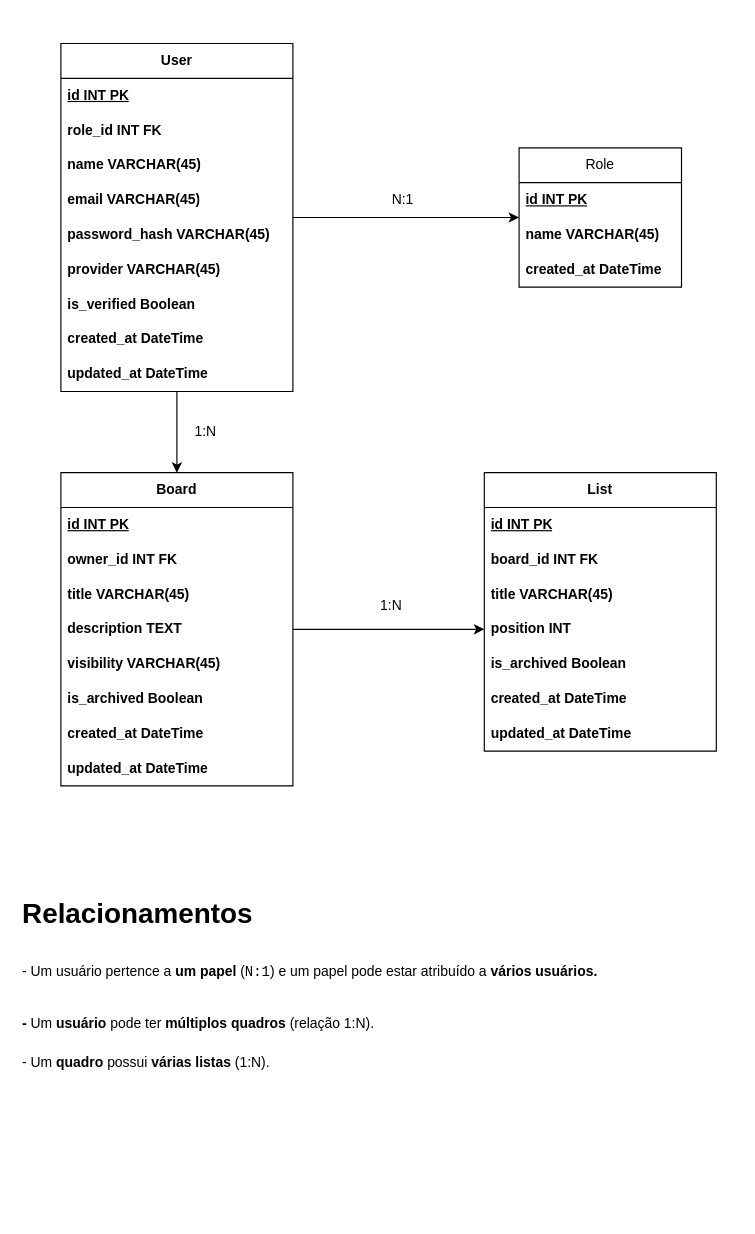
Above: newTrello.drawio in GeorgesCarmo/Projetos_Draw.io (draw.io), before the change. Source tidied: cells renumbered, new cells numbered last; positions are measured from the earlier drawing's top-left corner, leaving out a move shared by most shapes. Both pictures are drawn from the tidied source at 116%, with x=0, y=0 at pixel (20, 43).
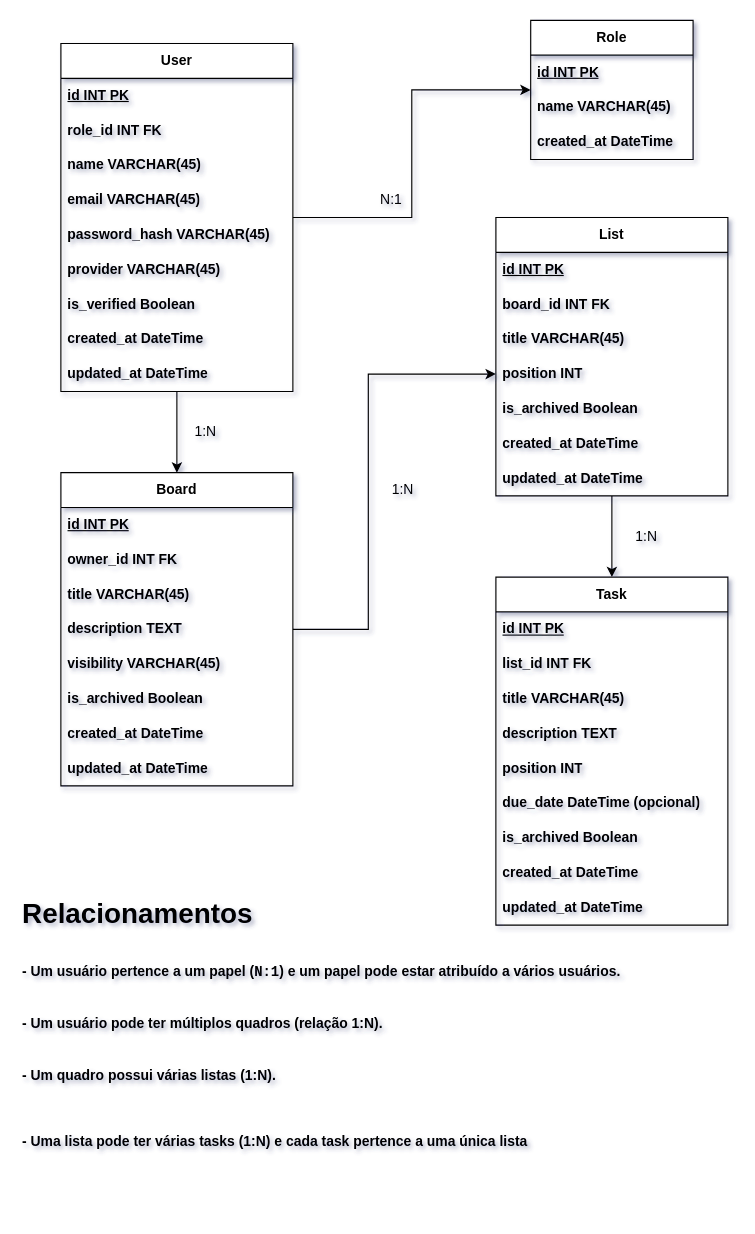
The same diagram, later.

Unchanged cells that the change refers to:
```xml
<mxCell id="19" value="&lt;b&gt;Board&lt;/b&gt;" style="swimlane;fontStyle=0;horizontal=1;startSize=30;whiteSpace=wrap;html=1;" parent="1" vertex="1">
  <mxGeometry x="35" y="370" width="200" height="270" as="geometry" />
</mxCell>
<mxCell id="32" value="&lt;span style=&quot;font-weight: 700; text-wrap-mode: nowrap;&quot;&gt;position INT&lt;/span&gt;" style="text;strokeColor=none;fillColor=none;align=left;verticalAlign=middle;spacingLeft=4;spacingRight=4;overflow=hidden;points=[[0,0.5],[1,0.5]];portConstraint=eastwest;whiteSpace=wrap;html=1;" parent="28" vertex="1">
  <mxGeometry y="120" width="200" height="30" as="geometry" />
</mxCell>
```

Diff of the diagram source:
```diff
@@
-<mxGraphModel>
+<mxGraphModel background="#ffffff" shadow="1">
@@
-    <mxCell id="2" value="Role" style="swimlane;fontStyle=0;horizontal=1;startSize=30;whiteSpace=wrap;html=1;" parent="1" vertex="1">
-      <mxGeometry x="430" y="90" width="140" height="120" as="geometry" />
+    <mxCell id="2" value="&lt;b&gt;Role&lt;/b&gt;" style="swimlane;fontStyle=0;horizontal=1;startSize=30;whiteSpace=wrap;html=1;" parent="1" vertex="1">
+      <mxGeometry x="440" y="-20" width="140" height="120" as="geometry" />
     </mxCell>
@@
     <mxCell id="18" style="edgeStyle=orthogonalEdgeStyle;rounded=0;jettySize=auto;html=1;entryX=0;entryY=0.5;entryDx=0;entryDy=0;" parent="1" edge="1" source="19" target="32">
-      <mxGeometry relative="1" as="geometry" />
+      <mxGeometry relative="1" as="geometry">
+        <Array as="points">
+          <mxPoint x="300" y="505" />
+          <mxPoint x="300" y="285" />
+        </Array>
+      </mxGeometry>
     </mxCell>
@@
+    <mxCell id="40" style="edgeStyle=orthogonalEdgeStyle;rounded=0;jettySize=auto;html=1;entryX=0.5;entryY=0;entryDx=0;entryDy=0;" parent="1" edge="1" source="28" target="41">
+      <mxGeometry relative="1" as="geometry" />
+    </mxCell>
     <mxCell id="28" value="&lt;b&gt;List&lt;/b&gt;" style="swimlane;fontStyle=0;horizontal=1;startSize=30;whiteSpace=wrap;html=1;" parent="1" vertex="1">
-      <mxGeometry x="400" y="370" width="200" height="240" as="geometry" />
+      <mxGeometry x="410" y="150" width="200" height="240" as="geometry" />
     </mxCell>
@@
     <mxCell id="37" value="1:N" style="text;html=1;align=center;verticalAlign=middle;whiteSpace=wrap;rounded=0;" parent="1" vertex="1">
-      <mxGeometry x="290" y="470" width="60" height="30" as="geometry" />
+      <mxGeometry x="300" y="370" width="60" height="30" as="geometry" />
     </mxCell>
     <mxCell id="38" value="N:1" style="text;html=1;align=center;verticalAlign=middle;whiteSpace=wrap;rounded=0;" parent="1" vertex="1">
-      <mxGeometry x="300" y="120" width="60" height="30" as="geometry" />
+      <mxGeometry x="290" y="120" width="60" height="30" as="geometry" />
     </mxCell>
-    <mxCell id="39" value="&lt;h1 style=&quot;margin-top: 0px;&quot;&gt;Relacionamentos&lt;/h1&gt;&lt;h1 style=&quot;margin-top: 0px;&quot;&gt;&lt;span style=&quot;background-color: transparent; color: light-dark(rgb(0, 0, 0), rgb(255, 255, 255)); font-size: 12px; font-weight: normal;&quot;&gt;- Um usuário pertence a &lt;/span&gt;&lt;strong style=&quot;background-color: transparent; color: light-dark(rgb(0, 0, 0), rgb(255, 255, 255)); font-size: 12px;&quot;&gt;um papel&lt;/strong&gt;&lt;span style=&quot;background-color: transparent; color: light-dark(rgb(0, 0, 0), rgb(255, 255, 255)); font-size: 12px; font-weight: normal;&quot;&gt; (&lt;/span&gt;&lt;code style=&quot;background-color: transparent; color: light-dark(rgb(0, 0, 0), rgb(255, 255, 255)); font-size: 12px; font-weight: normal;&quot;&gt;N:1&lt;/code&gt;&lt;span style=&quot;background-color: transparent; color: light-dark(rgb(0, 0, 0), rgb(255, 255, 255)); font-size: 12px; font-weight: normal;&quot;&gt;) e u&lt;/span&gt;&lt;span style=&quot;background-color: transparent; color: light-dark(rgb(0, 0, 0), rgb(255, 255, 255)); font-size: 12px; font-weight: normal;&quot;&gt;m papel pode estar atribuído a &lt;/span&gt;&lt;strong style=&quot;background-color: transparent; color: light-dark(rgb(0, 0, 0), rgb(255, 255, 255)); font-size: 12px;&quot;&gt;vários usuários.&lt;/strong&gt;&lt;/h1&gt;&lt;h1 style=&quot;margin-top: 0px;&quot;&gt;&lt;strong style=&quot;background-color: transparent; color: light-dark(rgb(0, 0, 0), rgb(255, 255, 255)); font-size: 12px;&quot;&gt;-&amp;nbsp;&lt;/strong&gt;&lt;span style=&quot;background-color: transparent; color: light-dark(rgb(0, 0, 0), rgb(255, 255, 255)); font-size: 12px; font-weight: normal;&quot;&gt;Um &lt;/span&gt;&lt;strong style=&quot;background-color: transparent; color: light-dark(rgb(0, 0, 0), rgb(255, 255, 255)); font-size: 12px;&quot;&gt;usuário&lt;/strong&gt;&lt;span style=&quot;background-color: transparent; color: light-dark(rgb(0, 0, 0), rgb(255, 255, 255)); font-size: 12px; font-weight: normal;&quot;&gt; pode ter &lt;/span&gt;&lt;strong style=&quot;background-color: transparent; color: light-dark(rgb(0, 0, 0), rgb(255, 255, 255)); font-size: 12px;&quot;&gt;múltiplos quadros&lt;/strong&gt;&lt;span style=&quot;background-color: transparent; color: light-dark(rgb(0, 0, 0), rgb(255, 255, 255)); font-size: 12px; font-weight: normal;&quot;&gt; (relação 1:N).&lt;/span&gt;&lt;/h1&gt;&lt;div&gt;&lt;span style=&quot;background-color: transparent; color: light-dark(rgb(0, 0, 0), rgb(255, 255, 255));&quot;&gt;-&amp;nbsp;&lt;/span&gt;&lt;span style=&quot;background-color: transparent; color: light-dark(rgb(0, 0, 0), rgb(255, 255, 255));&quot;&gt;Um &lt;/span&gt;&lt;strong style=&quot;background-color: transparent; color: light-dark(rgb(0, 0, 0), rgb(255, 255, 255));&quot;&gt;quadro&lt;/strong&gt;&lt;span style=&quot;background-color: transparent; color: light-dark(rgb(0, 0, 0), rgb(255, 255, 255));&quot;&gt; possui &lt;/span&gt;&lt;strong style=&quot;background-color: transparent; color: light-dark(rgb(0, 0, 0), rgb(255, 255, 255));&quot;&gt;várias listas&lt;/strong&gt;&lt;span style=&quot;background-color: transparent; color: light-dark(rgb(0, 0, 0), rgb(255, 255, 255));&quot;&gt; (1:N).&lt;/span&gt;&lt;/div&gt;" style="text;html=1;whiteSpace=wrap;overflow=hidden;rounded=0;" parent="1" vertex="1">
-      <mxGeometry y="730" width="530" height="190" as="geometry" />
+    <mxCell id="39" value="&lt;h1 style=&quot;margin-top: 0px;&quot;&gt;Relacionamentos&lt;/h1&gt;&lt;h1 style=&quot;margin-top: 0px;&quot;&gt;&lt;font style=&quot;font-size: 12px;&quot;&gt;&lt;span style=&quot;background-color: transparent; color: light-dark(rgb(0, 0, 0), rgb(255, 255, 255));&quot;&gt;- Um usuário pertence a&amp;nbsp;&lt;/span&gt;&lt;strong style=&quot;background-color: transparent; color: light-dark(rgb(0, 0, 0), rgb(255, 255, 255));&quot;&gt;um papel&lt;/strong&gt;&lt;span style=&quot;background-color: transparent; color: light-dark(rgb(0, 0, 0), rgb(255, 255, 255));&quot;&gt;&amp;nbsp;(&lt;/span&gt;&lt;code style=&quot;background-color: transparent; color: light-dark(rgb(0, 0, 0), rgb(255, 255, 255));&quot;&gt;N:1&lt;/code&gt;&lt;span style=&quot;background-color: transparent; color: light-dark(rgb(0, 0, 0), rgb(255, 255, 255));&quot;&gt;) e u&lt;/span&gt;&lt;span style=&quot;background-color: transparent; color: light-dark(rgb(0, 0, 0), rgb(255, 255, 255));&quot;&gt;m papel pode estar atribuído a&amp;nbsp;&lt;/span&gt;&lt;strong style=&quot;background-color: transparent; color: light-dark(rgb(0, 0, 0), rgb(255, 255, 255));&quot;&gt;vários usuários.&lt;/strong&gt;&lt;/font&gt;&lt;/h1&gt;&lt;h1 style=&quot;margin-top: 0px;&quot;&gt;&lt;font style=&quot;font-size: 12px;&quot;&gt;&lt;strong style=&quot;background-color: transparent; color: light-dark(rgb(0, 0, 0), rgb(255, 255, 255));&quot;&gt;-&amp;nbsp;&lt;/strong&gt;&lt;span style=&quot;background-color: transparent; color: light-dark(rgb(0, 0, 0), rgb(255, 255, 255));&quot;&gt;Um&amp;nbsp;&lt;/span&gt;&lt;strong style=&quot;background-color: transparent; color: light-dark(rgb(0, 0, 0), rgb(255, 255, 255));&quot;&gt;usuário&lt;/strong&gt;&lt;span style=&quot;background-color: transparent; color: light-dark(rgb(0, 0, 0), rgb(255, 255, 255));&quot;&gt;&amp;nbsp;pode ter&amp;nbsp;&lt;/span&gt;&lt;strong style=&quot;background-color: transparent; color: light-dark(rgb(0, 0, 0), rgb(255, 255, 255));&quot;&gt;múltiplos quadros&lt;/strong&gt;&lt;span style=&quot;background-color: transparent; color: light-dark(rgb(0, 0, 0), rgb(255, 255, 255));&quot;&gt;&amp;nbsp;(relação 1:N).&lt;/span&gt;&lt;/font&gt;&lt;/h1&gt;&lt;h1 style=&quot;margin-top: 0px;&quot;&gt;&lt;div style=&quot;&quot;&gt;&lt;font style=&quot;font-size: 12px;&quot;&gt;&lt;span style=&quot;background-color: transparent; color: light-dark(rgb(0, 0, 0), rgb(255, 255, 255));&quot;&gt;-&amp;nbsp;&lt;/span&gt;&lt;span style=&quot;background-color: transparent; color: light-dark(rgb(0, 0, 0), rgb(255, 255, 255));&quot;&gt;Um&amp;nbsp;&lt;/span&gt;&lt;strong style=&quot;background-color: transparent; color: light-dark(rgb(0, 0, 0), rgb(255, 255, 255));&quot;&gt;quadro&lt;/strong&gt;&lt;span style=&quot;background-color: transparent; color: light-dark(rgb(0, 0, 0), rgb(255, 255, 255));&quot;&gt;&amp;nbsp;possui&amp;nbsp;&lt;/span&gt;&lt;strong style=&quot;background-color: transparent; color: light-dark(rgb(0, 0, 0), rgb(255, 255, 255));&quot;&gt;várias listas&lt;/strong&gt;&lt;span style=&quot;background-color: transparent; color: light-dark(rgb(0, 0, 0), rgb(255, 255, 255));&quot;&gt;&amp;nbsp;(1:N).&lt;/span&gt;&lt;/font&gt;&lt;/div&gt;&lt;div style=&quot;&quot;&gt;&lt;span style=&quot;background-color: transparent; color: light-dark(rgb(0, 0, 0), rgb(255, 255, 255));&quot;&gt;&lt;font style=&quot;font-size: 12px;&quot;&gt;&lt;br&gt;&lt;/font&gt;&lt;/span&gt;&lt;/div&gt;&lt;div style=&quot;&quot;&gt;&lt;font style=&quot;font-size: 12px;&quot;&gt;&lt;span style=&quot;background-color: transparent; color: light-dark(rgb(0, 0, 0), rgb(255, 255, 255));&quot;&gt;-&amp;nbsp;&lt;/span&gt;&lt;span style=&quot;background-color: transparent; color: light-dark(rgb(0, 0, 0), rgb(255, 255, 255));&quot;&gt;Uma&amp;nbsp;&lt;/span&gt;&lt;strong style=&quot;background-color: transparent; color: light-dark(rgb(0, 0, 0), rgb(255, 255, 255));&quot;&gt;lista&lt;/strong&gt;&lt;span style=&quot;background-color: transparent; color: light-dark(rgb(0, 0, 0), rgb(255, 255, 255));&quot;&gt;&amp;nbsp;pode ter várias&amp;nbsp;&lt;/span&gt;&lt;strong style=&quot;background-color: transparent; color: light-dark(rgb(0, 0, 0), rgb(255, 255, 255));&quot;&gt;tasks&lt;/strong&gt;&lt;span style=&quot;background-color: transparent; color: light-dark(rgb(0, 0, 0), rgb(255, 255, 255));&quot;&gt;&amp;nbsp;(1:N) e c&lt;/span&gt;&lt;span style=&quot;background-color: transparent; color: light-dark(rgb(0, 0, 0), rgb(255, 255, 255));&quot;&gt;ada&amp;nbsp;&lt;/span&gt;&lt;strong style=&quot;background-color: transparent; color: light-dark(rgb(0, 0, 0), rgb(255, 255, 255));&quot;&gt;task&lt;/strong&gt;&lt;span style=&quot;background-color: transparent; color: light-dark(rgb(0, 0, 0), rgb(255, 255, 255));&quot;&gt;&amp;nbsp;pertence a uma&amp;nbsp;&lt;/span&gt;&lt;strong style=&quot;background-color: transparent; color: light-dark(rgb(0, 0, 0), rgb(255, 255, 255));&quot;&gt;única lista&lt;/strong&gt;&lt;/font&gt;&lt;/div&gt;&lt;/h1&gt;" style="text;html=1;whiteSpace=wrap;overflow=hidden;rounded=0;" parent="1" vertex="1">
+      <mxGeometry y="730" width="530" height="270" as="geometry" />
     </mxCell>
+    <mxCell id="41" value="&lt;b&gt;Task&lt;/b&gt;" style="swimlane;fontStyle=0;horizontal=1;startSize=30;whiteSpace=wrap;html=1;" parent="1" vertex="1">
+      <mxGeometry x="410" y="460" width="200" height="300" as="geometry" />
+    </mxCell>
+    <mxCell id="42" value="&lt;b&gt;&lt;u&gt;id INT PK&lt;/u&gt;&lt;/b&gt;" style="text;strokeColor=none;fillColor=none;align=left;verticalAlign=middle;spacingLeft=4;spacingRight=4;overflow=hidden;whiteSpace=wrap;html=1;" parent="41" vertex="1">
+      <mxGeometry y="30" width="200" height="30" as="geometry" />
+    </mxCell>
+    <mxCell id="43" value="&lt;b&gt;list_id INT FK&lt;/b&gt;" style="text;strokeColor=none;fillColor=none;align=left;verticalAlign=middle;spacingLeft=4;spacingRight=4;overflow=hidden;whiteSpace=wrap;html=1;" parent="41" vertex="1">
+      <mxGeometry y="60" width="200" height="30" as="geometry" />
+    </mxCell>
+    <mxCell id="44" value="&lt;b&gt;title&amp;nbsp;&lt;span style=&quot;text-wrap-mode: nowrap;&quot;&gt;VARCHAR(45)&lt;/span&gt;&lt;/b&gt;" style="text;strokeColor=none;fillColor=none;align=left;verticalAlign=middle;spacingLeft=4;spacingRight=4;overflow=hidden;whiteSpace=wrap;html=1;" parent="41" vertex="1">
+      <mxGeometry y="90" width="200" height="30" as="geometry" />
+    </mxCell>
+    <mxCell id="45" value="&lt;b&gt;description &lt;span style=&quot;text-wrap-mode: nowrap;&quot;&gt;TEXT&lt;/span&gt;&lt;/b&gt;" style="text;strokeColor=none;fillColor=none;align=left;verticalAlign=middle;spacingLeft=4;spacingRight=4;overflow=hidden;whiteSpace=wrap;html=1;" parent="41" vertex="1">
+      <mxGeometry y="120" width="200" height="30" as="geometry" />
+    </mxCell>
+    <mxCell id="46" value="&lt;span style=&quot;font-weight: 700; text-wrap-mode: nowrap;&quot;&gt;position INT&lt;/span&gt;" style="text;strokeColor=none;fillColor=none;align=left;verticalAlign=middle;spacingLeft=4;spacingRight=4;overflow=hidden;whiteSpace=wrap;html=1;" parent="41" vertex="1">
+      <mxGeometry y="150" width="200" height="30" as="geometry" />
+    </mxCell>
+    <mxCell id="47" value="&lt;span style=&quot;text-wrap-mode: nowrap;&quot;&gt;&lt;b&gt;due_date DateTime (opcional)&lt;/b&gt;&lt;/span&gt;" style="text;strokeColor=none;fillColor=none;align=left;verticalAlign=middle;spacingLeft=4;spacingRight=4;overflow=hidden;whiteSpace=wrap;html=1;" parent="41" vertex="1">
+      <mxGeometry y="180" width="200" height="30" as="geometry" />
+    </mxCell>
+    <mxCell id="48" value="&lt;b&gt;is_archived&lt;span style=&quot;text-wrap-mode: nowrap;&quot;&gt;&amp;nbsp;Boolean&lt;/span&gt;&lt;/b&gt;" style="text;strokeColor=none;fillColor=none;align=left;verticalAlign=middle;spacingLeft=4;spacingRight=4;overflow=hidden;whiteSpace=wrap;html=1;" parent="41" vertex="1">
+      <mxGeometry y="210" width="200" height="30" as="geometry" />
+    </mxCell>
+    <mxCell id="49" value="&lt;span style=&quot;font-weight: 700; text-wrap-mode: nowrap;&quot;&gt;created_at&amp;nbsp;DateTime&lt;/span&gt;" style="text;strokeColor=none;fillColor=none;align=left;verticalAlign=middle;spacingLeft=4;spacingRight=4;overflow=hidden;whiteSpace=wrap;html=1;" parent="41" vertex="1">
+      <mxGeometry y="240" width="200" height="30" as="geometry" />
+    </mxCell>
+    <mxCell id="50" value="&lt;span style=&quot;font-weight: 700; text-wrap-mode: nowrap;&quot;&gt;updated_at&amp;nbsp;DateTime&lt;/span&gt;" style="text;strokeColor=none;fillColor=none;align=left;verticalAlign=middle;spacingLeft=4;spacingRight=4;overflow=hidden;whiteSpace=wrap;html=1;" parent="41" vertex="1">
+      <mxGeometry y="270" width="200" height="30" as="geometry" />
+    </mxCell>
+    <mxCell id="51" value="1:N" style="text;html=1;align=center;verticalAlign=middle;whiteSpace=wrap;rounded=0;" parent="1" vertex="1">
+      <mxGeometry x="510" y="410" width="60" height="30" as="geometry" />
+    </mxCell>
```
